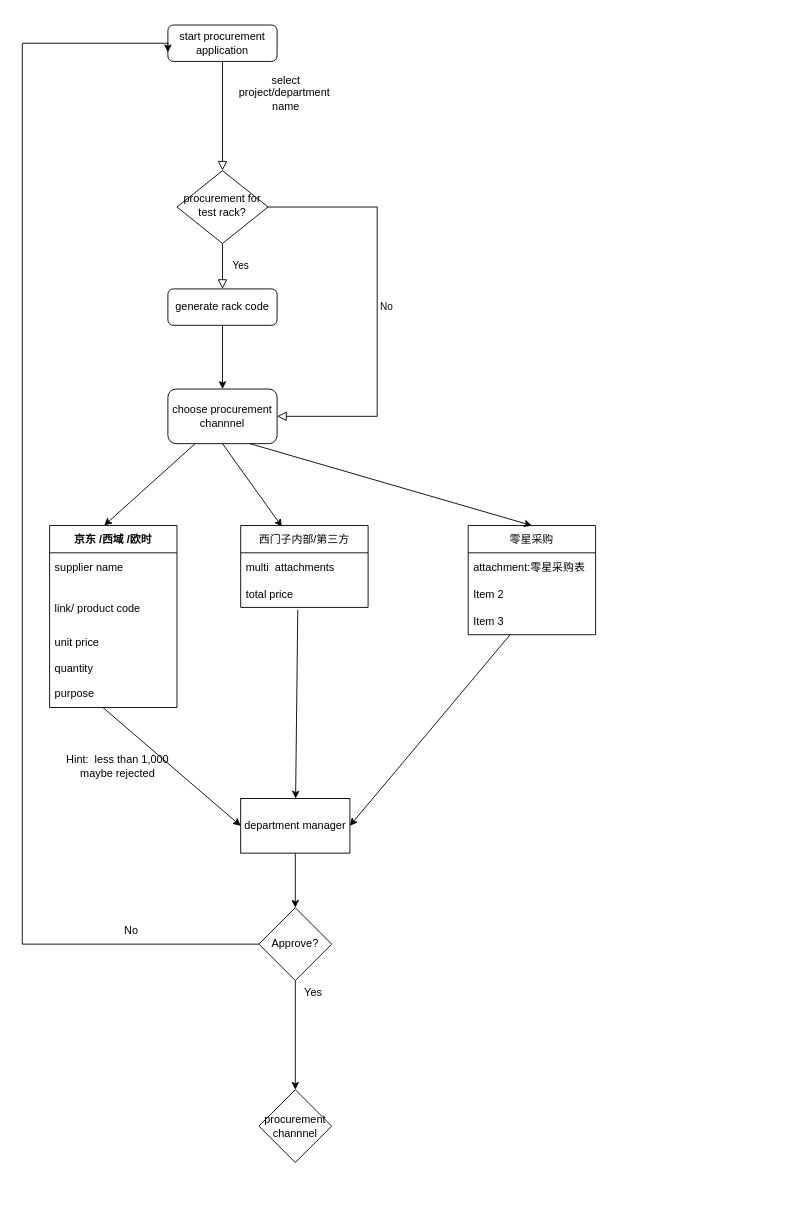
Earlier version of the draw.io diagram 采购.drawio (UMkevin/coolweather). Source tidied: cells renumbered, new cells numbered last; positions are measured from the earlier drawing's top-left corner, leaving out a move shared by most shapes. Both pictures are drawn from the tidied source at 91%, with x=0, y=0 at pixel (22, 25).
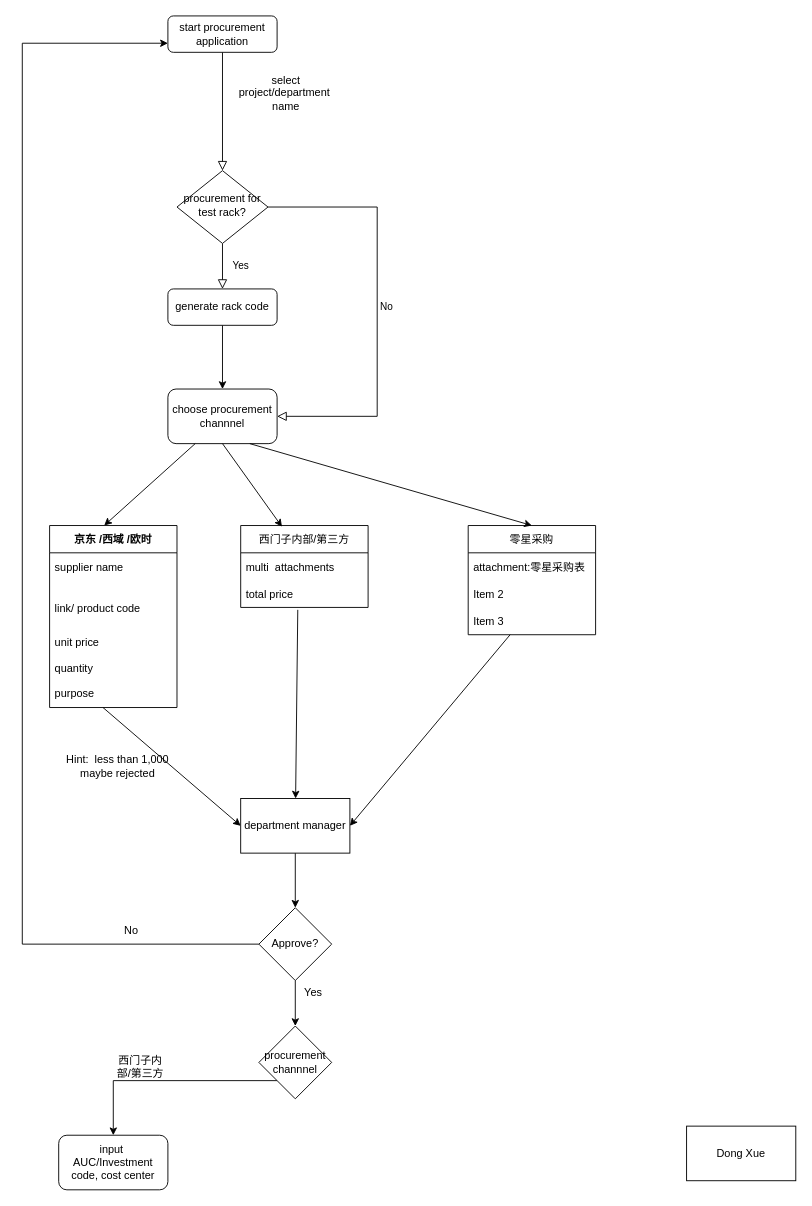
The same page after the edit.

Unchanged cells that the change refers to:
```xml
<mxCell id="33" value="Approve?" style="rhombus;whiteSpace=wrap;html=1;" parent="1" vertex="1">
  <mxGeometry x="260" y="970" width="80" height="80" as="geometry" />
</mxCell>
```

Diff of the diagram source:
```diff
@@
     <mxCell id="3" value="start procurement application" style="rounded=1;whiteSpace=wrap;html=1;fontSize=12;glass=0;strokeWidth=1;shadow=0;" parent="1" vertex="1">
-      <mxGeometry x="160" width="120" height="40" as="geometry" />
+      <mxGeometry x="160" y="-10" width="120" height="40" as="geometry" />
     </mxCell>
@@
     <mxCell id="31" style="edgeStyle=orthogonalEdgeStyle;rounded=0;jettySize=auto;html=1;entryX=0;entryY=0.75;entryDx=0;entryDy=0;" parent="1" edge="1" source="33" target="3">
       <mxGeometry relative="1" as="geometry">
         <Array as="points">
           <mxPoint y="1010" />
           <mxPoint y="20" />
-          <mxPoint x="160" y="20" />
         </Array>
       </mxGeometry>
     </mxCell>
@@
+    <mxCell id="37" style="edgeStyle=orthogonalEdgeStyle;rounded=0;jettySize=auto;html=1;exitX=0;exitY=1;exitDx=0;exitDy=0;entryX=0.5;entryY=0;entryDx=0;entryDy=0;" parent="1" edge="1" source="35" target="38">
+      <mxGeometry relative="1" as="geometry" />
+    </mxCell>
     <mxCell id="35" value="procurement channnel" style="rhombus;whiteSpace=wrap;html=1;" parent="1" vertex="1">
-      <mxGeometry x="260" y="1170" width="80" height="80" as="geometry" />
+      <mxGeometry x="260" y="1100" width="80" height="80" as="geometry" />
     </mxCell>
@@
+    <mxCell id="38" value="input&amp;nbsp; AUC/Investment code, cost center" style="rounded=1;whiteSpace=wrap;html=1;" parent="1" vertex="1">
+      <mxGeometry x="40" y="1220" width="120" height="60" as="geometry" />
+    </mxCell>
+    <mxCell id="39" value="&lt;span style=&quot;&quot;&gt;西门子内部/第三方&lt;/span&gt;" style="text;html=1;strokeColor=none;fillColor=none;align=center;verticalAlign=middle;whiteSpace=wrap;rounded=0;" parent="1" vertex="1">
+      <mxGeometry x="100" y="1130" width="60" height="30" as="geometry" />
+    </mxCell>
+    <mxCell id="40" value="Dong Xue" style="rounded=0;whiteSpace=wrap;html=1;" parent="1" vertex="1">
+      <mxGeometry x="730" y="1210" width="120" height="60" as="geometry" />
+    </mxCell>
```
